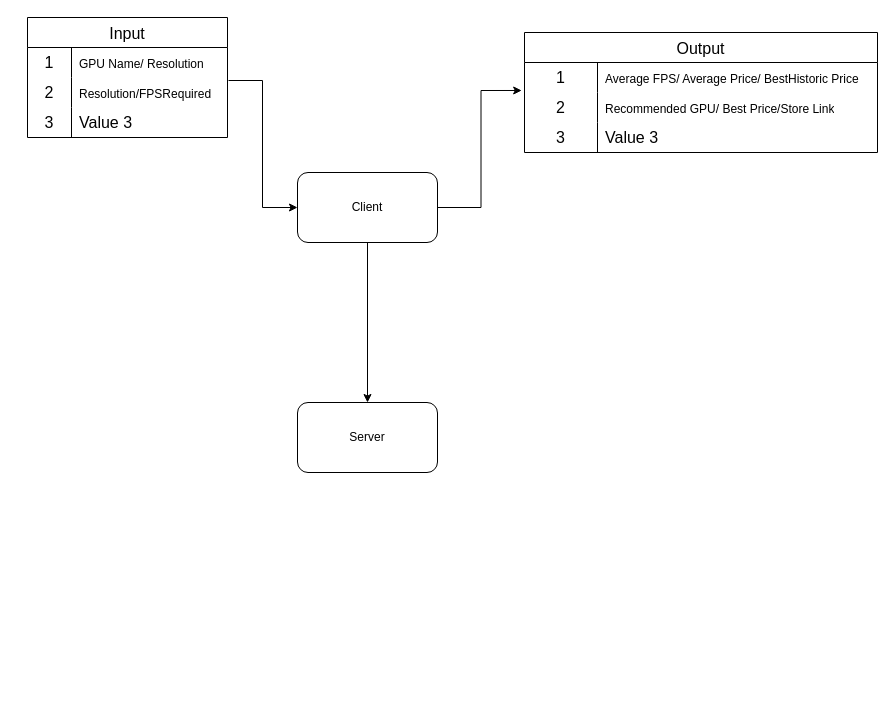
Earlier version of the draw.io diagram VladsMachine.drawio (SouzaNascimento/VladsMachine). Source tidied: cells renumbered, new cells numbered last; positions are measured from the earlier drawing's top-left corner, leaving out a move shared by most shapes. Both pictures are drawn from the tidied source at 100%, with x=0, y=0 at pixel (27, 17).
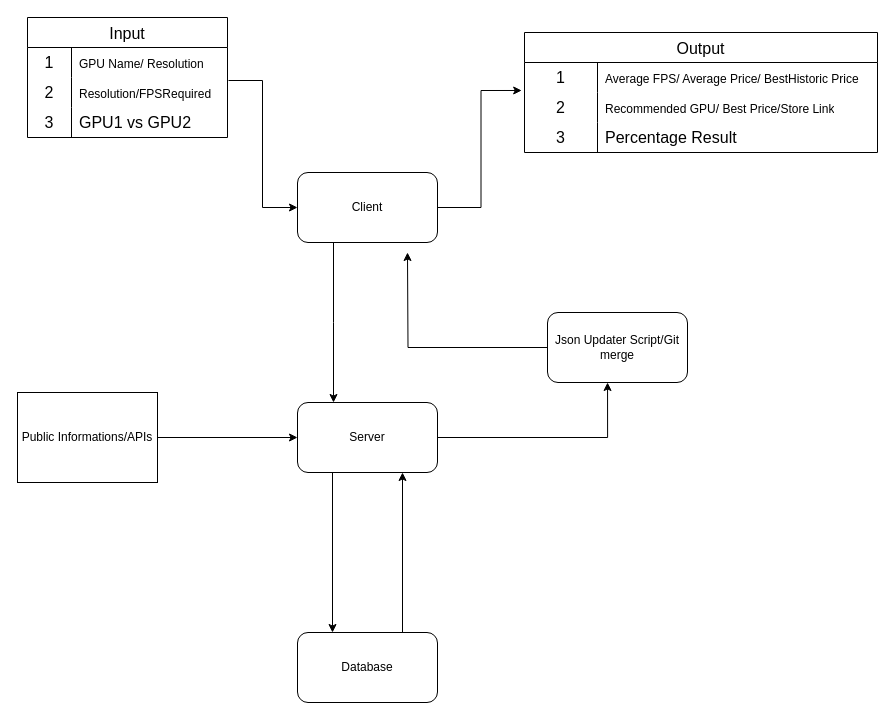
The same page after the edit.

Unchanged cells that the change refers to:
```xml
<mxCell id="4" value="Client" style="rounded=1;whiteSpace=wrap;html=1;fontSize=12;glass=0;strokeWidth=1;shadow=0;" parent="1" vertex="1">
  <mxGeometry x="270" y="155" width="140" height="70" as="geometry" />
</mxCell>
<mxCell id="13" style="shape=tableRow;horizontal=0;startSize=0;swimlaneHead=0;swimlaneBody=0;top=0;left=0;bottom=0;right=0;fillColor=none;strokeColor=inherit;fontSize=16;" parent="6" vertex="1">
  <mxGeometry y="90" width="200" height="30" as="geometry" />
</mxCell>
<mxCell id="23" style="shape=tableRow;horizontal=0;startSize=0;swimlaneHead=0;swimlaneBody=0;top=0;left=0;bottom=0;right=0;fillColor=none;strokeColor=inherit;fontSize=16;" parent="16" vertex="1">
  <mxGeometry y="90" width="353" height="30" as="geometry" />
</mxCell>
<mxCell id="26" value="Server" style="rounded=1;whiteSpace=wrap;html=1;fontSize=12;glass=0;strokeWidth=1;shadow=0;" parent="1" vertex="1">
  <mxGeometry x="270" y="385" width="140" height="70" as="geometry" />
</mxCell>
```

What changed in the source:
```diff
@@
-    <mxCell id="3" style="edgeStyle=orthogonalEdgeStyle;rounded=0;jettySize=auto;html=1;exitX=0.5;exitY=1;exitDx=0;exitDy=0;entryX=0.5;entryY=0;entryDx=0;entryDy=0;" parent="1" edge="1" source="4" target="26">
-      <mxGeometry relative="1" as="geometry" />
+    <mxCell id="3" style="edgeStyle=orthogonalEdgeStyle;rounded=0;orthogonalLoop=1;jettySize=auto;html=1;exitX=0.5;exitY=1;exitDx=0;exitDy=0;entryX=0.5;entryY=0;entryDx=0;entryDy=0;" parent="1" edge="1">
+      <mxGeometry relative="1" as="geometry">
+        <mxPoint x="306" y="225" as="sourcePoint" />
+        <mxPoint x="306" y="385" as="targetPoint" />
+        <Array as="points">
+          <mxPoint x="306" y="305" />
+          <mxPoint x="306" y="305" />
+        </Array>
+      </mxGeometry>
     </mxCell>
@@
-    <mxCell id="15" value="Value 3" style="shape=partialRectangle;html=1;whiteSpace=wrap;fillColor=none;top=0;left=0;bottom=0;right=0;align=left;spacingLeft=6;overflow=hidden;strokeColor=inherit;fontSize=16;" parent="13" vertex="1">
+    <mxCell id="15" value="GPU1 vs GPU2" style="shape=partialRectangle;html=1;whiteSpace=wrap;fillColor=none;top=0;left=0;bottom=0;right=0;align=left;spacingLeft=6;overflow=hidden;strokeColor=inherit;fontSize=16;" parent="13" vertex="1">
       <mxGeometry x="44" width="156" height="30" as="geometry" />
     </mxCell>
@@
-    <mxCell id="25" value="Value 3" style="shape=partialRectangle;html=1;whiteSpace=wrap;fillColor=none;top=0;left=0;bottom=0;right=0;align=left;spacingLeft=6;overflow=hidden;strokeColor=inherit;fontSize=16;" parent="23" vertex="1">
+    <mxCell id="25" value="Percentage Result" style="shape=partialRectangle;html=1;whiteSpace=wrap;fillColor=none;top=0;left=0;bottom=0;right=0;align=left;spacingLeft=6;overflow=hidden;strokeColor=inherit;fontSize=16;" parent="23" vertex="1">
       <mxGeometry x="73" width="280" height="30" as="geometry" />
     </mxCell>
+    <mxCell id="27" style="edgeStyle=orthogonalEdgeStyle;rounded=0;jettySize=auto;html=1;exitX=1;exitY=0.5;exitDx=0;exitDy=0;entryX=0.429;entryY=1;entryDx=0;entryDy=0;entryPerimeter=0;" parent="1" edge="1" source="26" target="34">
+      <mxGeometry relative="1" as="geometry" />
+    </mxCell>
+    <mxCell id="28" style="edgeStyle=orthogonalEdgeStyle;rounded=0;jettySize=auto;html=1;exitX=0.25;exitY=1;exitDx=0;exitDy=0;entryX=0.25;entryY=0;entryDx=0;entryDy=0;" parent="1" edge="1" source="26" target="30">
+      <mxGeometry relative="1" as="geometry" />
+    </mxCell>
@@
+    <mxCell id="29" style="edgeStyle=orthogonalEdgeStyle;rounded=0;jettySize=auto;html=1;exitX=0.75;exitY=0;exitDx=0;exitDy=0;entryX=0.75;entryY=1;entryDx=0;entryDy=0;" parent="1" edge="1" source="30" target="26">
+      <mxGeometry relative="1" as="geometry" />
+    </mxCell>
+    <mxCell id="30" value="Database" style="rounded=1;whiteSpace=wrap;html=1;fontSize=12;glass=0;strokeWidth=1;shadow=0;" parent="1" vertex="1">
+      <mxGeometry x="270" y="615" width="140" height="70" as="geometry" />
+    </mxCell>
+    <mxCell id="31" style="edgeStyle=orthogonalEdgeStyle;rounded=0;jettySize=auto;html=1;exitX=1;exitY=0.5;exitDx=0;exitDy=0;entryX=0;entryY=0.5;entryDx=0;entryDy=0;fontColor=#FF0000;" parent="1" edge="1" source="32" target="26">
+      <mxGeometry relative="1" as="geometry" />
+    </mxCell>
+    <mxCell id="32" value="Public Informations/APIs" style="rounded=0;whiteSpace=wrap;html=1;" parent="1" vertex="1">
+      <mxGeometry x="-10" y="375" width="140" height="90" as="geometry" />
+    </mxCell>
+    <mxCell id="33" style="edgeStyle=orthogonalEdgeStyle;rounded=0;jettySize=auto;html=1;exitX=0;exitY=0.5;exitDx=0;exitDy=0;" parent="1" edge="1" source="34">
+      <mxGeometry relative="1" as="geometry">
+        <mxPoint x="380" y="235" as="targetPoint" />
+      </mxGeometry>
+    </mxCell>
+    <mxCell id="34" value="Json Updater Script/Git merge" style="rounded=1;whiteSpace=wrap;html=1;fontSize=12;glass=0;strokeWidth=1;shadow=0;" parent="1" vertex="1">
+      <mxGeometry x="520" y="295" width="140" height="70" as="geometry" />
+    </mxCell>
```
